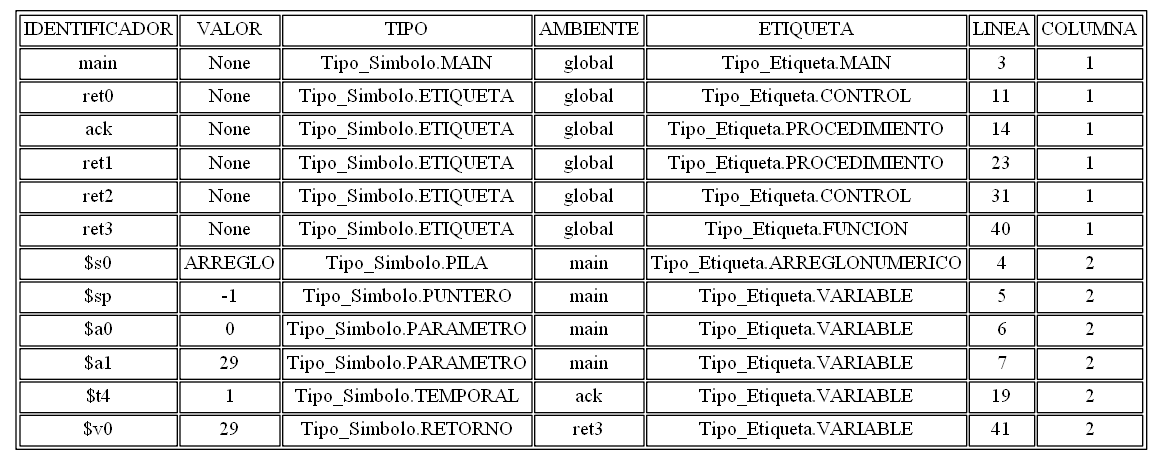
The Graphviz diagram tablasimbolos.png in AndreeAvalos/OLC2-AUGUS, before a commit. Its source is kept beside it as tablasimbolos.dot.
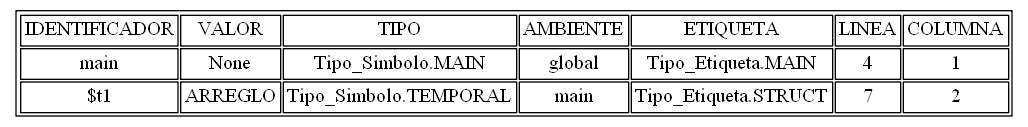
Above is the later version.

Diff of the diagram source:
```diff
@@ -3,18 +3,8 @@
 graph [bb="0,0,352,154"];
 arset [label=<<TABLE ALIGN="LEFT">
 <TR><TD>IDENTIFICADOR</TD><TD>VALOR</TD><TD>TIPO</TD><TD>AMBIENTE</TD><TD>ETIQUETA</TD><TD>LINEA</TD><TD>COLUMNA</TD></TR>
-<TR><TD>main</TD><TD>None</TD><TD>Tipo_Simbolo.MAIN</TD><TD>global</TD><TD>Tipo_Etiqueta.MAIN</TD><TD>3</TD><TD>1</TD></TR>
-<TR><TD>ret0</TD><TD>None</TD><TD>Tipo_Simbolo.ETIQUETA</TD><TD>global</TD><TD>Tipo_Etiqueta.CONTROL</TD><TD>11</TD><TD>1</TD></TR>
-<TR><TD>ack</TD><TD>None</TD><TD>Tipo_Simbolo.ETIQUETA</TD><TD>global</TD><TD>Tipo_Etiqueta.PROCEDIMIENTO</TD><TD>14</TD><TD>1</TD></TR>
-<TR><TD>ret1</TD><TD>None</TD><TD>Tipo_Simbolo.ETIQUETA</TD><TD>global</TD><TD>Tipo_Etiqueta.PROCEDIMIENTO</TD><TD>23</TD><TD>1</TD></TR>
-<TR><TD>ret2</TD><TD>None</TD><TD>Tipo_Simbolo.ETIQUETA</TD><TD>global</TD><TD>Tipo_Etiqueta.CONTROL</TD><TD>31</TD><TD>1</TD></TR>
-<TR><TD>ret3</TD><TD>None</TD><TD>Tipo_Simbolo.ETIQUETA</TD><TD>global</TD><TD>Tipo_Etiqueta.FUNCION</TD><TD>40</TD><TD>1</TD></TR>
-<TR><TD>$s0</TD><TD>ARREGLO</TD><TD>Tipo_Simbolo.PILA</TD><TD>main</TD><TD>Tipo_Etiqueta.ARREGLONUMERICO</TD><TD>4</TD><TD>2</TD></TR>
-<TR><TD>$sp</TD><TD>-1</TD><TD>Tipo_Simbolo.PUNTERO</TD><TD>main</TD><TD>Tipo_Etiqueta.VARIABLE</TD><TD>5</TD><TD>2</TD></TR>
-<TR><TD>$a0</TD><TD>0</TD><TD>Tipo_Simbolo.PARAMETRO</TD><TD>main</TD><TD>Tipo_Etiqueta.VARIABLE</TD><TD>6</TD><TD>2</TD></TR>
-<TR><TD>$a1</TD><TD>29</TD><TD>Tipo_Simbolo.PARAMETRO</TD><TD>main</TD><TD>Tipo_Etiqueta.VARIABLE</TD><TD>7</TD><TD>2</TD></TR>
-<TR><TD>$t4</TD><TD>1</TD><TD>Tipo_Simbolo.TEMPORAL</TD><TD>ack</TD><TD>Tipo_Etiqueta.VARIABLE</TD><TD>19</TD><TD>2</TD></TR>
-<TR><TD>$v0</TD><TD>29</TD><TD>Tipo_Simbolo.RETORNO</TD><TD>ret3</TD><TD>Tipo_Etiqueta.VARIABLE</TD><TD>41</TD><TD>2</TD></TR>
+<TR><TD>main</TD><TD>None</TD><TD>Tipo_Simbolo.MAIN</TD><TD>global</TD><TD>Tipo_Etiqueta.MAIN</TD><TD>4</TD><TD>1</TD></TR>
+<TR><TD>$t1</TD><TD>ARREGLO</TD><TD>Tipo_Simbolo.TEMPORAL</TD><TD>main</TD><TD>Tipo_Etiqueta.STRUCT</TD><TD>7</TD><TD>2</TD></TR>
 </TABLE>
 >, ];
 }
```
